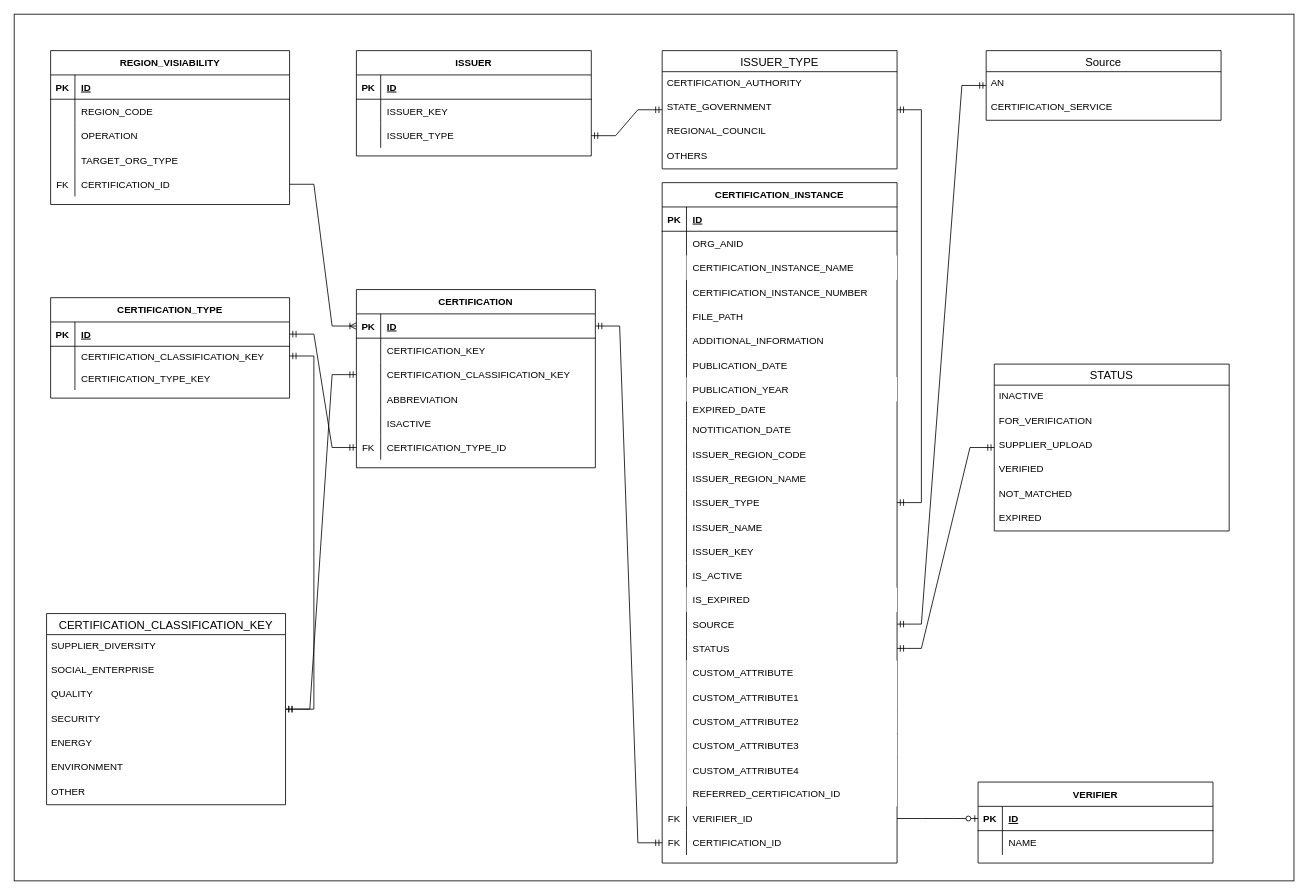
Above: page "Copy of Model" (4 of 26) of certificationService.er.drawio in huangshijie/Drawio (draw.io), before the change. Source tidied: cells renumbered, new cells numbered last; positions are measured from the earlier drawing's top-left corner, leaving out a move shared by most shapes. Both pictures are drawn from the tidied source at 81%, with x=0, y=0 at pixel (14, 14).
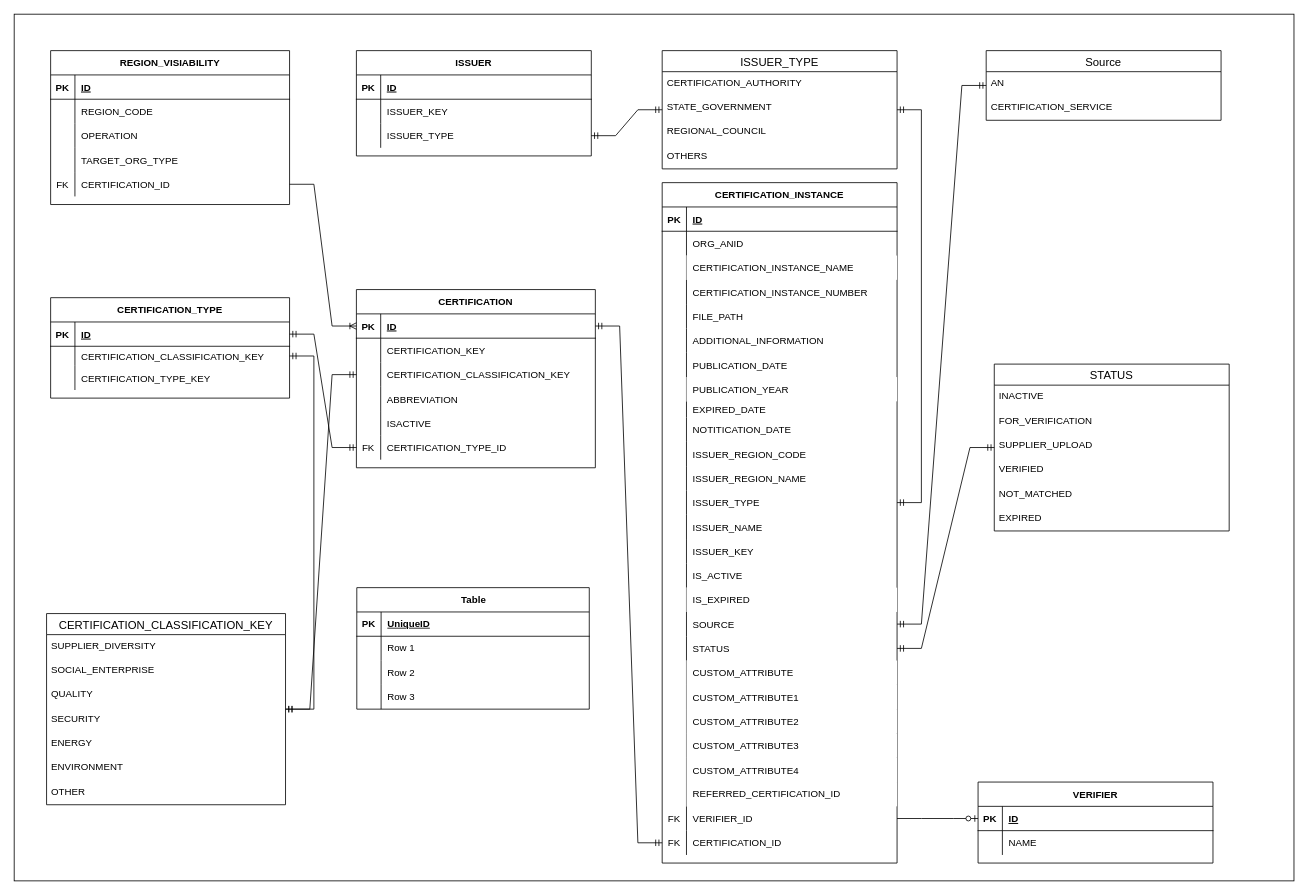
The same page after the edit.

Change to the diagram source:
```diff
@@
+    <mxCell id="182" value="Table" style="shape=table;startSize=30;childLayout=tableLayout;rowLines=0;fontStyle=1;align=center;html=1;" parent="1" vertex="1">
+      <mxGeometry x="423" y="708" width="287" height="150" as="geometry" />
+    </mxCell>
+    <mxCell id="183" style="shape=tableRow;horizontal=0;startSize=0;swimlaneHead=0;swimlaneBody=0;fillColor=none;top=0;left=0;right=0;bottom=1;" parent="182" vertex="1">
+      <mxGeometry y="30" width="287" height="30" as="geometry" />
+    </mxCell>
+    <mxCell id="184" value="PK" style="shape=partialRectangle;fillColor=none;top=0;left=0;bottom=0;right=0;fontStyle=1;overflow=hidden;whiteSpace=wrap;html=1;" parent="183" vertex="1">
+      <mxGeometry width="30" height="30" as="geometry" />
+    </mxCell>
+    <mxCell id="185" value="UniqueID" style="shape=partialRectangle;fillColor=none;top=0;left=0;bottom=0;right=0;align=left;spacingLeft=6;fontStyle=5;overflow=hidden;whiteSpace=wrap;html=1;" parent="183" vertex="1">
+      <mxGeometry x="30" width="257" height="30" as="geometry" />
+    </mxCell>
+    <mxCell id="186" style="shape=tableRow;horizontal=0;startSize=0;swimlaneHead=0;swimlaneBody=0;fillColor=none;top=0;left=0;right=0;bottom=0;" parent="182" vertex="1">
+      <mxGeometry y="60" width="287" height="30" as="geometry" />
+    </mxCell>
+    <mxCell id="187" style="shape=partialRectangle;fillColor=none;top=0;left=0;bottom=0;right=0;overflow=hidden;whiteSpace=wrap;html=1;" parent="186" vertex="1">
+      <mxGeometry width="30" height="30" as="geometry" />
+    </mxCell>
+    <mxCell id="188" value="Row 1" style="shape=partialRectangle;fillColor=none;top=0;left=0;bottom=0;right=0;align=left;spacingLeft=6;overflow=hidden;whiteSpace=wrap;html=1;" parent="186" vertex="1">
+      <mxGeometry x="30" width="257" height="30" as="geometry" />
+    </mxCell>
+    <mxCell id="189" style="shape=tableRow;horizontal=0;startSize=0;swimlaneHead=0;swimlaneBody=0;fillColor=none;top=0;left=0;right=0;bottom=0;" parent="182" vertex="1">
+      <mxGeometry y="90" width="287" height="30" as="geometry" />
+    </mxCell>
+    <mxCell id="190" style="shape=partialRectangle;fillColor=none;top=0;left=0;bottom=0;right=0;overflow=hidden;whiteSpace=wrap;html=1;" parent="189" vertex="1">
+      <mxGeometry width="30" height="30" as="geometry" />
+    </mxCell>
+    <mxCell id="191" value="Row 2" style="shape=partialRectangle;fillColor=none;top=0;left=0;bottom=0;right=0;align=left;spacingLeft=6;overflow=hidden;whiteSpace=wrap;html=1;" parent="189" vertex="1">
+      <mxGeometry x="30" width="257" height="30" as="geometry" />
+    </mxCell>
+    <mxCell id="192" style="shape=tableRow;horizontal=0;startSize=0;swimlaneHead=0;swimlaneBody=0;fillColor=none;top=0;left=0;right=0;bottom=0;" parent="182" vertex="1">
+      <mxGeometry y="120" width="287" height="30" as="geometry" />
+    </mxCell>
+    <mxCell id="193" style="shape=partialRectangle;fillColor=none;top=0;left=0;bottom=0;right=0;overflow=hidden;whiteSpace=wrap;html=1;" parent="192" vertex="1">
+      <mxGeometry width="30" height="30" as="geometry" />
+    </mxCell>
+    <mxCell id="194" value="Row 3" style="shape=partialRectangle;fillColor=none;top=0;left=0;bottom=0;right=0;align=left;spacingLeft=6;overflow=hidden;whiteSpace=wrap;html=1;" parent="192" vertex="1">
+      <mxGeometry x="30" width="257" height="30" as="geometry" />
+    </mxCell>
```
